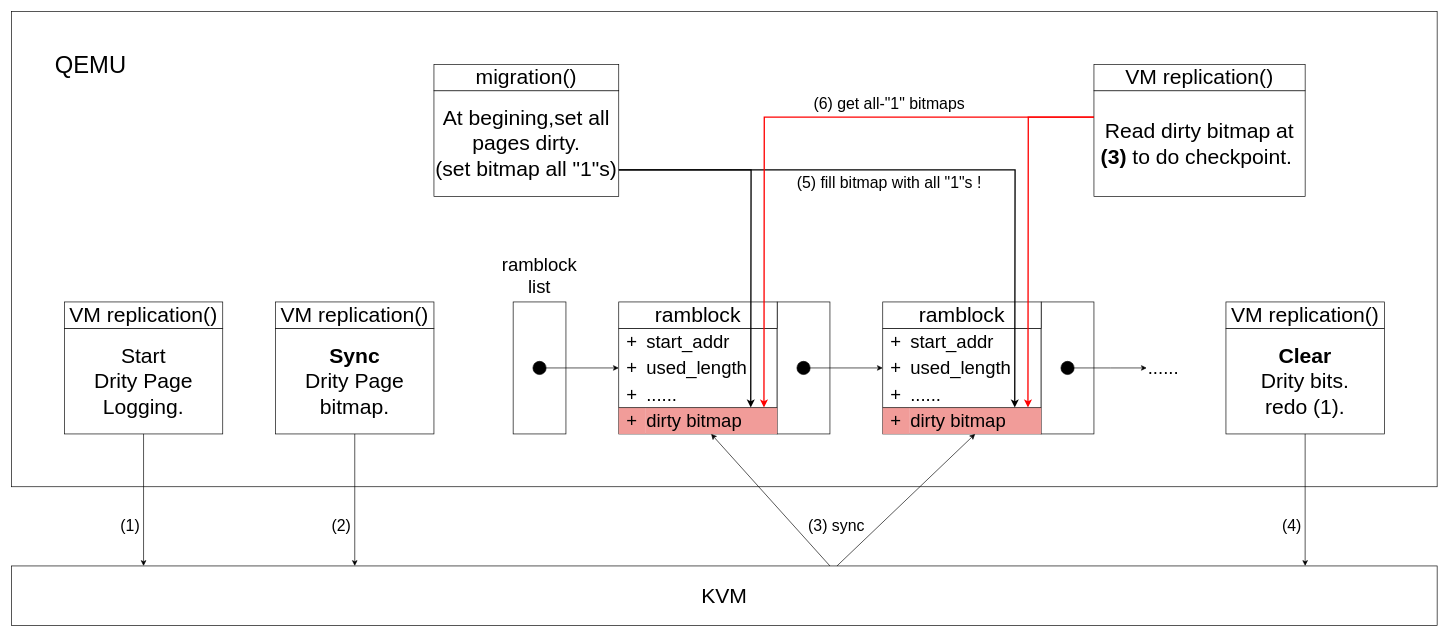
The draw.io diagram mid-report/motivation.bitmap.drawio in xuyizhe1999/drawio, before the edit. Source tidied: cells renumbered, new cells numbered last; positions are measured from the earlier drawing's top-left corner, leaving out a move shared by most shapes. Both pictures are drawn from the tidied source at 66%, with x=0, y=0 at pixel (11, 11).
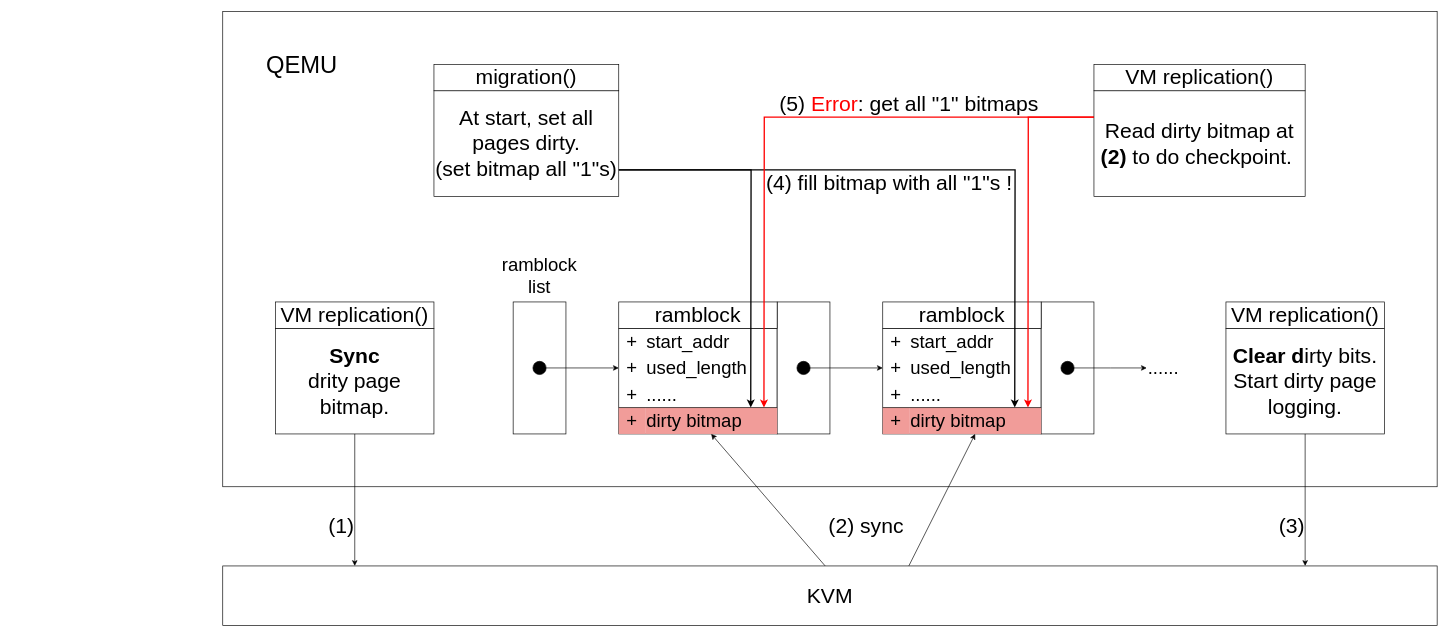
The same diagram, later.

Commit message (it also covers changes not shown here):
更新mid-report/motivation.bitmap.drawio

The change refers to these unchanged cells:
```xml
<mxCell id="6" value="&lt;span style=&quot;background-color: initial;&quot;&gt;&lt;font style=&quot;font-size: 28px;&quot;&gt;dirty bitmap&lt;/font&gt;&lt;/span&gt;" style="text;html=1;strokeColor=none;fillColor=#F19C99;align=left;verticalAlign=middle;whiteSpace=wrap;rounded=0;" parent="1" vertex="1">
  <mxGeometry x="960" y="600" width="200" height="40" as="geometry" />
</mxCell>
<mxCell id="17" value="&lt;span style=&quot;background-color: initial;&quot;&gt;&lt;font style=&quot;font-size: 28px;&quot;&gt;dirty bitmap&lt;/font&gt;&lt;/span&gt;" style="text;html=1;strokeColor=none;fillColor=#F19C99;align=left;verticalAlign=middle;whiteSpace=wrap;rounded=0;" parent="1" vertex="1">
  <mxGeometry x="1360" y="600" width="200" height="40" as="geometry" />
</mxCell>
```

Diff of the diagram source:
```diff
@@
     <mxCell id="2" style="rounded=0;whiteSpace=wrap;html=1;" parent="1" vertex="1">
-      <mxGeometry width="2160" height="720" as="geometry" />
+      <mxGeometry x="320" width="1840" height="720" as="geometry" />
     </mxCell>
@@
-    <mxCell id="34" value="&lt;font style=&quot;font-size: 32px;&quot;&gt;&lt;b&gt;Sync&lt;/b&gt;&lt;br&gt;Drity Page&lt;br&gt;bitmap.&lt;br&gt;&lt;/font&gt;" style="rounded=0;whiteSpace=wrap;html=1;" parent="1" vertex="1">
+    <mxCell id="34" value="&lt;font style=&quot;font-size: 32px;&quot;&gt;&lt;b&gt;Sync&lt;/b&gt;&lt;br&gt;drity page&lt;br&gt;bitmap.&lt;br&gt;&lt;/font&gt;" style="rounded=0;whiteSpace=wrap;html=1;" parent="1" vertex="1">
       <mxGeometry x="400" y="480" width="240" height="160" as="geometry" />
     </mxCell>
     <mxCell id="35" value="&lt;font style=&quot;font-size: 32px;&quot;&gt;KVM&lt;/font&gt;" style="rounded=0;whiteSpace=wrap;html=1;" parent="1" vertex="1">
-      <mxGeometry y="840" width="2160" height="90" as="geometry" />
+      <mxGeometry x="320" y="840" width="1840" height="90" as="geometry" />
     </mxCell>
@@
-    <mxCell id="37" value="&lt;font style=&quot;font-size: 24px;&quot;&gt;(2)&lt;/font&gt;" style="text;html=1;strokeColor=none;fillColor=none;align=center;verticalAlign=middle;whiteSpace=wrap;rounded=0;" parent="1" vertex="1">
+    <mxCell id="37" value="&lt;font style=&quot;font-size: 32px;&quot;&gt;(1)&lt;/font&gt;" style="text;html=1;strokeColor=none;fillColor=none;align=center;verticalAlign=middle;whiteSpace=wrap;rounded=0;" parent="1" vertex="1">
       <mxGeometry x="480" y="760" width="40" height="40" as="geometry" />
     </mxCell>
-    <mxCell id="38" value="&lt;font style=&quot;font-size: 32px;&quot;&gt;Start&lt;br&gt;Drity Page&lt;br&gt;Logging.&lt;br&gt;&lt;/font&gt;" style="rounded=0;whiteSpace=wrap;html=1;" parent="1" vertex="1">
-      <mxGeometry x="80" y="480" width="240" height="160" as="geometry" />
-    </mxCell>
-    <mxCell id="39" style="endArrow=classic;html=1;rounded=0;" parent="1" edge="1">
-      <mxGeometry relative="1" as="geometry">
-        <mxPoint x="200" y="640" as="sourcePoint" />
-        <mxPoint x="200" y="840" as="targetPoint" />
-      </mxGeometry>
-    </mxCell>
-    <mxCell id="40" value="&lt;font style=&quot;font-size: 24px;&quot;&gt;(1)&lt;/font&gt;" style="text;html=1;strokeColor=none;fillColor=none;align=center;verticalAlign=middle;whiteSpace=wrap;rounded=0;" parent="1" vertex="1">
-      <mxGeometry x="160" y="760" width="40" height="40" as="geometry" />
-    </mxCell>
-    <mxCell id="41" value="&lt;font style=&quot;font-size: 32px;&quot;&gt;&lt;b&gt;Clear&lt;/b&gt;&lt;br&gt;Drity bits.&lt;br&gt;redo (1).&lt;br&gt;&lt;/font&gt;" style="rounded=0;whiteSpace=wrap;html=1;" parent="1" vertex="1">
+    <mxCell id="41" value="&lt;font style=&quot;font-size: 32px;&quot;&gt;&lt;b&gt;Clear d&lt;/b&gt;irty bits.&lt;br&gt;Start dirty page logging.&lt;br&gt;&lt;/font&gt;" style="rounded=0;whiteSpace=wrap;html=1;" parent="1" vertex="1">
       <mxGeometry x="1840" y="480" width="240" height="160" as="geometry" />
     </mxCell>
@@
-    <mxCell id="43" value="&lt;font style=&quot;font-size: 24px;&quot;&gt;(4)&lt;/font&gt;" style="text;html=1;strokeColor=none;fillColor=none;align=center;verticalAlign=middle;whiteSpace=wrap;rounded=0;" parent="1" vertex="1">
+    <mxCell id="43" value="&lt;font style=&quot;font-size: 32px;&quot;&gt;(3)&lt;/font&gt;" style="text;html=1;strokeColor=none;fillColor=none;align=center;verticalAlign=middle;whiteSpace=wrap;rounded=0;" parent="1" vertex="1">
       <mxGeometry x="1920" y="760" width="40" height="40" as="geometry" />
     </mxCell>
-    <mxCell id="44" style="endArrow=classic;html=1;rounded=0;entryX=0.5;entryY=1;entryDx=0;entryDy=0;" parent="1" edge="1" target="6">
-      <mxGeometry relative="1" as="geometry">
-        <mxPoint x="1240" y="840" as="sourcePoint" />
-      </mxGeometry>
+    <mxCell id="44" style="endArrow=classic;html=1;rounded=0;entryX=0.5;entryY=1;entryDx=0;entryDy=0;exitX=0.496;exitY=-0.002;exitDx=0;exitDy=0;exitPerimeter=0;" parent="1" edge="1" source="35" target="6">
+      <mxGeometry relative="1" as="geometry" />
     </mxCell>
-    <mxCell id="45" style="endArrow=classic;html=1;rounded=0;entryX=0.5;entryY=1;entryDx=0;entryDy=0;exitX=0.579;exitY=0;exitDx=0;exitDy=0;exitPerimeter=0;" parent="1" edge="1" source="35" target="17">
+    <mxCell id="45" style="endArrow=classic;html=1;rounded=0;entryX=0.5;entryY=1;entryDx=0;entryDy=0;exitX=0.565;exitY=-0.002;exitDx=0;exitDy=0;exitPerimeter=0;" parent="1" edge="1" source="35" target="17">
       <mxGeometry relative="1" as="geometry" />
     </mxCell>
-    <mxCell id="46" value="&lt;font style=&quot;font-size: 24px;&quot;&gt;(3) sync&lt;/font&gt;" style="text;html=1;strokeColor=none;fillColor=none;align=center;verticalAlign=middle;whiteSpace=wrap;rounded=0;" parent="1" vertex="1">
-      <mxGeometry x="1200" y="760" width="100" height="40" as="geometry" />
+    <mxCell id="46" value="&lt;font style=&quot;font-size: 32px;&quot;&gt;(2) sync&lt;/font&gt;" style="text;html=1;strokeColor=none;fillColor=none;align=center;verticalAlign=middle;whiteSpace=wrap;rounded=0;" parent="1" vertex="1">
+      <mxGeometry x="1200" y="760" width="190" height="40" as="geometry" />
     </mxCell>
@@
-    <mxCell id="49" value="&lt;font style=&quot;font-size: 32px;&quot;&gt;VM replication()&lt;/font&gt;" style="rounded=0;whiteSpace=wrap;html=1;" parent="1" vertex="1">
-      <mxGeometry x="80" y="440" width="240" height="40" as="geometry" />
-    </mxCell>
@@
-    <mxCell id="53" value="&lt;font style=&quot;font-size: 32px;&quot;&gt;At begining,set all pages dirty.&lt;br&gt;(set bitmap all &quot;1&quot;s)&lt;br&gt;&lt;/font&gt;" style="rounded=0;whiteSpace=wrap;html=1;" parent="1" vertex="1">
+    <mxCell id="53" value="&lt;font style=&quot;font-size: 32px;&quot;&gt;At start, set all pages dirty.&lt;br&gt;(set bitmap all &quot;1&quot;s)&lt;br&gt;&lt;/font&gt;" style="rounded=0;whiteSpace=wrap;html=1;" parent="1" vertex="1">
       <mxGeometry x="640" y="120" width="280" height="160" as="geometry" />
     </mxCell>
@@
-    <mxCell id="57" value="&lt;font style=&quot;font-size: 32px;&quot;&gt;Read dirty bitmap at &lt;b&gt;(3)&lt;/b&gt; to do checkpoint.&amp;nbsp;&lt;br&gt;&lt;/font&gt;" style="rounded=0;whiteSpace=wrap;html=1;" parent="1" vertex="1">
+    <mxCell id="57" value="&lt;font style=&quot;font-size: 32px;&quot;&gt;Read dirty bitmap at &lt;b&gt;(2)&lt;/b&gt; to do checkpoint.&amp;nbsp;&lt;br&gt;&lt;/font&gt;" style="rounded=0;whiteSpace=wrap;html=1;" parent="1" vertex="1">
       <mxGeometry x="1640" y="120" width="320" height="160" as="geometry" />
     </mxCell>
@@
-    <mxCell id="59" value="&lt;font style=&quot;font-size: 24px;&quot;&gt;(5) fill bitmap with all &quot;1&quot;s !&lt;/font&gt;" style="text;html=1;strokeColor=none;fillColor=none;align=center;verticalAlign=middle;whiteSpace=wrap;rounded=0;" parent="1" vertex="1">
-      <mxGeometry x="1180" y="240" width="300" height="40" as="geometry" />
+    <mxCell id="59" value="&lt;font style=&quot;font-size: 32px;&quot;&gt;(4) fill bitmap with all &quot;1&quot;s !&lt;/font&gt;" style="text;html=1;strokeColor=none;fillColor=none;align=center;verticalAlign=middle;whiteSpace=wrap;rounded=0;" parent="1" vertex="1">
+      <mxGeometry x="1140" y="240" width="380" height="40" as="geometry" />
     </mxCell>
@@
-    <mxCell id="61" value="&lt;font style=&quot;font-size: 24px;&quot;&gt;(6) get all-&quot;1&quot; bitmaps&lt;/font&gt;" style="text;html=1;strokeColor=none;fillColor=none;align=center;verticalAlign=middle;whiteSpace=wrap;rounded=0;" parent="1" vertex="1">
-      <mxGeometry x="1180" y="120" width="300" height="40" as="geometry" />
+    <mxCell id="61" value="&lt;font style=&quot;font-size: 32px;&quot;&gt;(5) &lt;font color=&quot;#ff0000&quot;&gt;Error&lt;/font&gt;: get all &quot;1&quot; bitmaps&lt;/font&gt;" style="text;html=1;strokeColor=none;fillColor=none;align=center;verticalAlign=middle;whiteSpace=wrap;rounded=0;" parent="1" vertex="1">
+      <mxGeometry x="1160" y="120" width="400" height="40" as="geometry" />
     </mxCell>
     <mxCell id="62" value="&lt;font style=&quot;font-size: 36px;&quot;&gt;QEMU&lt;/font&gt;" style="text;html=1;strokeColor=none;fillColor=none;align=center;verticalAlign=middle;whiteSpace=wrap;rounded=0;" parent="1" vertex="1">
-      <mxGeometry x="40" y="40" width="160" height="80" as="geometry" />
+      <mxGeometry x="360" y="40" width="160" height="80" as="geometry" />
     </mxCell>
```
